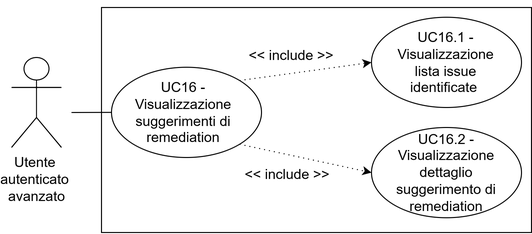
Earlier version of the draw.io export assets/diagrams/UC16.png (SkarabGroup/DocumentazioneProgetto). Source tidied: cells renumbered, new cells last; positions are measured from the earlier drawing's top-left corner, leaving out a move shared by most shapes. Its diagram source:
```xml
<mxGraphModel>
  <root>
    <mxCell id="0" />
    <mxCell id="1" parent="0" />
    <mxCell id="2" value="&lt;font style=&quot;font-size: 14px;&quot;&gt;Utente&lt;/font&gt;&lt;font style=&quot;font-size: 12px;&quot;&gt;&amp;nbsp;&lt;/font&gt;&lt;div&gt;&lt;font style=&quot;&quot;&gt;&lt;font style=&quot;font-size: 14px;&quot;&gt;autenticato&lt;/font&gt;&lt;span style=&quot;font-size: 14px;&quot;&gt;&amp;nbsp;&lt;/span&gt;&lt;/font&gt;&lt;/div&gt;&lt;div&gt;&lt;font style=&quot;font-size: 14px;&quot;&gt;avanzato&lt;/font&gt;&lt;/div&gt;" style="shape=umlActor;verticalLabelPosition=bottom;verticalAlign=top;html=1;" parent="1" vertex="1">
      <mxGeometry y="50" width="50" height="90" as="geometry" />
    </mxCell>
    <mxCell id="3" style="rounded=0;whiteSpace=wrap;html=1;" parent="1" vertex="1">
      <mxGeometry x="90" width="430" height="225" as="geometry" />
    </mxCell>
    <mxCell id="4" style="endArrow=none;html=1;rounded=0;" parent="1" edge="1" target="5">
      <mxGeometry relative="1" as="geometry">
        <mxPoint x="60" y="105" as="sourcePoint" />
      </mxGeometry>
    </mxCell>
    <mxCell id="5" style="ellipse;whiteSpace=wrap;html=1;" parent="1" vertex="1">
      <mxGeometry x="100" y="59.8" width="150" height="90.2" as="geometry" />
    </mxCell>
    <mxCell id="6" value="&lt;font style=&quot;font-size: 14px;&quot;&gt;UC16 - Visualizzazione suggerimenti di remediation&lt;/font&gt;" style="text;html=1;whiteSpace=wrap;strokeColor=none;fillColor=none;align=center;verticalAlign=middle;rounded=0;" parent="1" vertex="1">
      <mxGeometry x="101.9" y="90.5" width="140" height="28.8" as="geometry" />
    </mxCell>
    <mxCell id="7" style="endArrow=classic;html=1;rounded=0;" parent="1" edge="1">
      <mxGeometry relative="1" as="geometry">
        <mxPoint x="20" as="sourcePoint" />
        <mxPoint x="20" as="targetPoint" />
      </mxGeometry>
    </mxCell>
    <mxCell id="8" style="ellipse;whiteSpace=wrap;html=1;" parent="1" vertex="1">
      <mxGeometry x="360" y="9.8" width="150" height="90.2" as="geometry" />
    </mxCell>
    <mxCell id="9" value="&lt;font style=&quot;font-size: 14px;&quot;&gt;UC16.1 - Visualizzazione lista issue identificate&amp;nbsp;&lt;/font&gt;" style="text;html=1;whiteSpace=wrap;strokeColor=none;fillColor=none;align=center;verticalAlign=middle;rounded=0;" parent="1" vertex="1">
      <mxGeometry x="376.2" y="38.3" width="117.5" height="33.2" as="geometry" />
    </mxCell>
    <mxCell id="10" style="ellipse;whiteSpace=wrap;html=1;" parent="1" vertex="1">
      <mxGeometry x="360" y="120" width="150" height="90.2" as="geometry" />
    </mxCell>
    <mxCell id="11" value="&lt;font style=&quot;font-size: 14px;&quot;&gt;UC16.2 - Visualizzazione dettaglio suggerimento di remediation&lt;/font&gt;" style="text;html=1;whiteSpace=wrap;strokeColor=none;fillColor=none;align=center;verticalAlign=middle;rounded=0;" parent="1" vertex="1">
      <mxGeometry x="368.1" y="148.5" width="133.8" height="33.2" as="geometry" />
    </mxCell>
    <mxCell id="12" style="endArrow=classic;html=1;rounded=0;exitX=1;exitY=0;exitDx=0;exitDy=0;entryX=0;entryY=0.5;entryDx=0;entryDy=0;dashed=1;dashPattern=1 4;" parent="1" edge="1" source="5" target="8">
      <mxGeometry relative="1" as="geometry" />
    </mxCell>
    <mxCell id="13" style="endArrow=classic;html=1;rounded=0;exitX=1;exitY=1;exitDx=0;exitDy=0;entryX=0;entryY=0.5;entryDx=0;entryDy=0;dashed=1;dashPattern=1 4;" parent="1" edge="1" source="5" target="10">
      <mxGeometry relative="1" as="geometry" />
    </mxCell>
    <mxCell id="14" value="&lt;span style=&quot;font-size: 14px;&quot;&gt;&amp;lt;&amp;lt; include &amp;gt;&amp;gt;&lt;/span&gt;" style="text;html=1;whiteSpace=wrap;strokeColor=none;fillColor=none;align=center;verticalAlign=middle;rounded=0;" parent="1" vertex="1">
      <mxGeometry x="230" y="32.8" width="100" height="30" as="geometry" />
    </mxCell>
    <mxCell id="15" value="&lt;span style=&quot;font-size: 14px;&quot;&gt;&amp;lt;&amp;lt; include &amp;gt;&amp;gt;&lt;/span&gt;" style="text;html=1;whiteSpace=wrap;strokeColor=none;fillColor=none;align=center;verticalAlign=middle;rounded=0;" parent="1" vertex="1">
      <mxGeometry x="226" y="151.7" width="100" height="30" as="geometry" />
    </mxCell>
  </root>
</mxGraphModel>
```
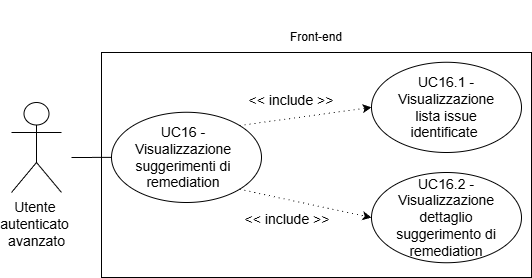
Later version of the same file.

The edit, as a diff of the source:
```diff
@@ -2,52 +2,61 @@
   <root>
     <mxCell id="0" />
     <mxCell id="1" parent="0" />
+    <mxCell id="16" value="Front-end" style="text;html=1;whiteSpace=wrap;strokeColor=none;fillColor=none;align=center;verticalAlign=middle;rounded=0;" parent="1" vertex="1">
+      <mxGeometry x="275" y="-30" width="60" height="30" as="geometry" />
+    </mxCell>
+    <mxCell id="17" style="endArrow=classic;html=1;rounded=0;" parent="1" edge="1">
+      <mxGeometry relative="1" as="geometry">
+        <mxPoint x="40" y="-45" as="sourcePoint" />
+        <mxPoint x="40" y="-45" as="targetPoint" />
+      </mxGeometry>
+    </mxCell>
     <mxCell id="2" value="&lt;font style=&quot;font-size: 14px;&quot;&gt;Utente&lt;/font&gt;&lt;font style=&quot;font-size: 12px;&quot;&gt;&amp;nbsp;&lt;/font&gt;&lt;div&gt;&lt;font style=&quot;&quot;&gt;&lt;font style=&quot;font-size: 14px;&quot;&gt;autenticato&lt;/font&gt;&lt;span style=&quot;font-size: 14px;&quot;&gt;&amp;nbsp;&lt;/span&gt;&lt;/font&gt;&lt;/div&gt;&lt;div&gt;&lt;font style=&quot;font-size: 14px;&quot;&gt;avanzato&lt;/font&gt;&lt;/div&gt;" style="shape=umlActor;verticalLabelPosition=bottom;verticalAlign=top;html=1;" parent="1" vertex="1">
       <mxGeometry y="50" width="50" height="90" as="geometry" />
     </mxCell>
-    <mxCell id="3" style="rounded=0;whiteSpace=wrap;html=1;" parent="1" vertex="1">
-      <mxGeometry x="90" width="430" height="225" as="geometry" />
-    </mxCell>
-    <mxCell id="4" style="endArrow=none;html=1;rounded=0;" parent="1" edge="1" target="5">
-      <mxGeometry relative="1" as="geometry">
-        <mxPoint x="60" y="105" as="sourcePoint" />
-      </mxGeometry>
-    </mxCell>
-    <mxCell id="5" style="ellipse;whiteSpace=wrap;html=1;" parent="1" vertex="1">
-      <mxGeometry x="100" y="59.8" width="150" height="90.2" as="geometry" />
-    </mxCell>
+    <mxCell id="18" style="rounded=0;whiteSpace=wrap;html=1;" parent="1" vertex="1">
+      <mxGeometry x="90" width="430" height="225" as="geometry" />
+    </mxCell>
+    <mxCell id="19" style="endArrow=none;html=1;rounded=0;" parent="1" edge="1" target="20">
+      <mxGeometry relative="1" as="geometry">
+        <mxPoint x="60" y="105" as="sourcePoint" />
+      </mxGeometry>
+    </mxCell>
+    <mxCell id="20" style="ellipse;whiteSpace=wrap;html=1;" parent="1" vertex="1">
+      <mxGeometry x="100" y="59.8" width="150" height="90.2" as="geometry" />
+    </mxCell>
     <mxCell id="6" value="&lt;font style=&quot;font-size: 14px;&quot;&gt;UC16 - Visualizzazione suggerimenti di remediation&lt;/font&gt;" style="text;html=1;whiteSpace=wrap;strokeColor=none;fillColor=none;align=center;verticalAlign=middle;rounded=0;" parent="1" vertex="1">
       <mxGeometry x="101.9" y="90.5" width="140" height="28.8" as="geometry" />
     </mxCell>
-    <mxCell id="7" style="endArrow=classic;html=1;rounded=0;" parent="1" edge="1">
-      <mxGeometry relative="1" as="geometry">
-        <mxPoint x="20" as="sourcePoint" />
-        <mxPoint x="20" as="targetPoint" />
-      </mxGeometry>
-    </mxCell>
-    <mxCell id="8" style="ellipse;whiteSpace=wrap;html=1;" parent="1" vertex="1">
-      <mxGeometry x="360" y="9.8" width="150" height="90.2" as="geometry" />
-    </mxCell>
+    <mxCell id="21" style="endArrow=classic;html=1;rounded=0;" parent="1" edge="1">
+      <mxGeometry relative="1" as="geometry">
+        <mxPoint x="20" as="sourcePoint" />
+        <mxPoint x="20" as="targetPoint" />
+      </mxGeometry>
+    </mxCell>
+    <mxCell id="22" style="ellipse;whiteSpace=wrap;html=1;" parent="1" vertex="1">
+      <mxGeometry x="360" y="9.8" width="150" height="90.2" as="geometry" />
+    </mxCell>
     <mxCell id="9" value="&lt;font style=&quot;font-size: 14px;&quot;&gt;UC16.1 - Visualizzazione lista issue identificate&amp;nbsp;&lt;/font&gt;" style="text;html=1;whiteSpace=wrap;strokeColor=none;fillColor=none;align=center;verticalAlign=middle;rounded=0;" parent="1" vertex="1">
       <mxGeometry x="376.2" y="38.3" width="117.5" height="33.2" as="geometry" />
     </mxCell>
-    <mxCell id="10" style="ellipse;whiteSpace=wrap;html=1;" parent="1" vertex="1">
-      <mxGeometry x="360" y="120" width="150" height="90.2" as="geometry" />
-    </mxCell>
+    <mxCell id="23" style="ellipse;whiteSpace=wrap;html=1;" parent="1" vertex="1">
+      <mxGeometry x="360" y="120" width="150" height="90.2" as="geometry" />
+    </mxCell>
     <mxCell id="11" value="&lt;font style=&quot;font-size: 14px;&quot;&gt;UC16.2 - Visualizzazione dettaglio suggerimento di remediation&lt;/font&gt;" style="text;html=1;whiteSpace=wrap;strokeColor=none;fillColor=none;align=center;verticalAlign=middle;rounded=0;" parent="1" vertex="1">
       <mxGeometry x="368.1" y="148.5" width="133.8" height="33.2" as="geometry" />
     </mxCell>
-    <mxCell id="12" style="endArrow=classic;html=1;rounded=0;exitX=1;exitY=0;exitDx=0;exitDy=0;entryX=0;entryY=0.5;entryDx=0;entryDy=0;dashed=1;dashPattern=1 4;" parent="1" edge="1" source="5" target="8">
-      <mxGeometry relative="1" as="geometry" />
-    </mxCell>
-    <mxCell id="13" style="endArrow=classic;html=1;rounded=0;exitX=1;exitY=1;exitDx=0;exitDy=0;entryX=0;entryY=0.5;entryDx=0;entryDy=0;dashed=1;dashPattern=1 4;" parent="1" edge="1" source="5" target="10">
-      <mxGeometry relative="1" as="geometry" />
-    </mxCell>
-    <mxCell id="14" value="&lt;span style=&quot;font-size: 14px;&quot;&gt;&amp;lt;&amp;lt; include &amp;gt;&amp;gt;&lt;/span&gt;" style="text;html=1;whiteSpace=wrap;strokeColor=none;fillColor=none;align=center;verticalAlign=middle;rounded=0;" parent="1" vertex="1">
-      <mxGeometry x="230" y="32.8" width="100" height="30" as="geometry" />
-    </mxCell>
-    <mxCell id="15" value="&lt;span style=&quot;font-size: 14px;&quot;&gt;&amp;lt;&amp;lt; include &amp;gt;&amp;gt;&lt;/span&gt;" style="text;html=1;whiteSpace=wrap;strokeColor=none;fillColor=none;align=center;verticalAlign=middle;rounded=0;" parent="1" vertex="1">
-      <mxGeometry x="226" y="151.7" width="100" height="30" as="geometry" />
-    </mxCell>
+    <mxCell id="24" style="endArrow=classic;html=1;rounded=0;exitX=1;exitY=0;exitDx=0;exitDy=0;entryX=0;entryY=0.5;entryDx=0;entryDy=0;dashed=1;dashPattern=1 4;" parent="1" edge="1" source="20" target="22">
+      <mxGeometry relative="1" as="geometry" />
+    </mxCell>
+    <mxCell id="25" style="endArrow=classic;html=1;rounded=0;exitX=1;exitY=1;exitDx=0;exitDy=0;entryX=0;entryY=0.5;entryDx=0;entryDy=0;dashed=1;dashPattern=1 4;" parent="1" edge="1" source="20" target="23">
+      <mxGeometry relative="1" as="geometry" />
+    </mxCell>
+    <mxCell id="26" value="&lt;span style=&quot;font-size: 14px;&quot;&gt;&amp;lt;&amp;lt; include &amp;gt;&amp;gt;&lt;/span&gt;" style="text;html=1;whiteSpace=wrap;strokeColor=none;fillColor=none;align=center;verticalAlign=middle;rounded=0;" parent="1" vertex="1">
+      <mxGeometry x="230" y="32.8" width="100" height="30" as="geometry" />
+    </mxCell>
+    <mxCell id="27" value="&lt;span style=&quot;font-size: 14px;&quot;&gt;&amp;lt;&amp;lt; include &amp;gt;&amp;gt;&lt;/span&gt;" style="text;html=1;whiteSpace=wrap;strokeColor=none;fillColor=none;align=center;verticalAlign=middle;rounded=0;" parent="1" vertex="1">
+      <mxGeometry x="226" y="151.7" width="100" height="30" as="geometry" />
+    </mxCell>
   </root>
 </mxGraphModel>
```
